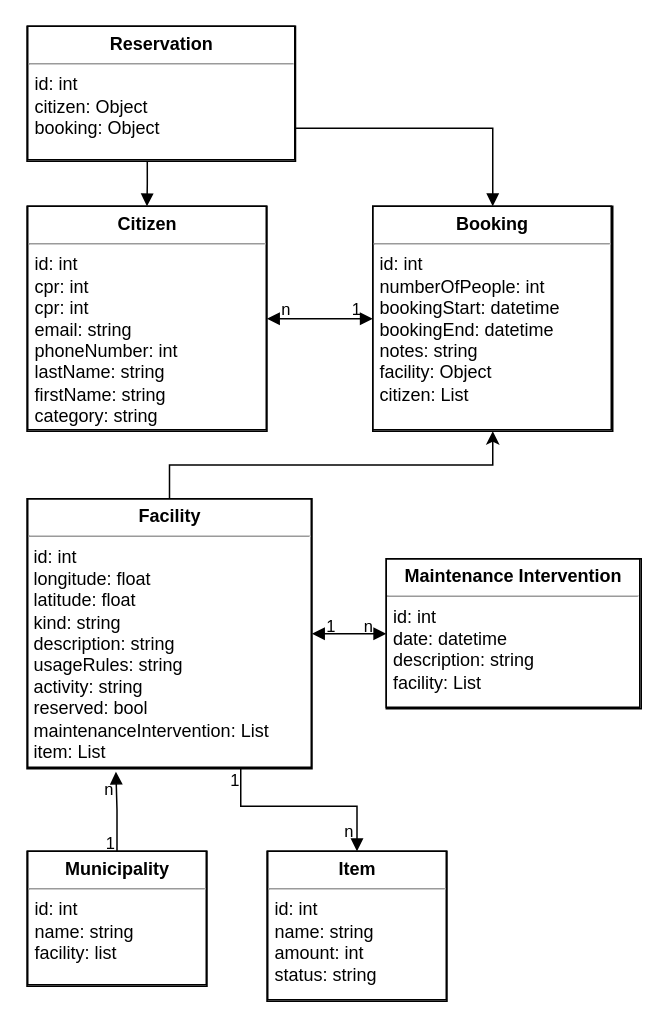
MartinStokholm/DABExercises keeps this draw.io diagram as Handin3/schema.drawio. Above is the earlier version. Source tidied: cells renumbered, new cells numbered last; positions are measured from the earlier drawing's top-left corner, leaving out a move shared by most shapes. Both pictures are drawn from the tidied source at 150%, with x=0, y=0 at pixel (27, 26).
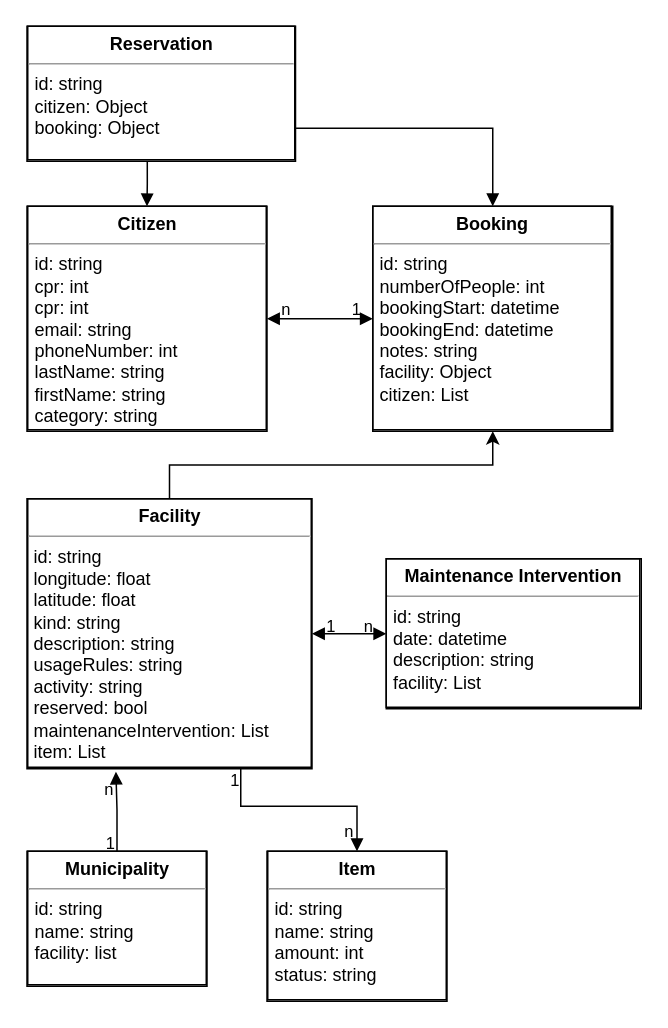
After the change.

Commit message:
Update from int to string for id

Change to the diagram source:
```diff
@@
-    <mxCell id="2" value="&lt;p style=&quot;margin: 0px ; margin-top: 4px ; text-align: center&quot;&gt;&lt;b&gt;Citizen&lt;/b&gt;&lt;/p&gt;&lt;hr size=&quot;1&quot;&gt;&lt;p style=&quot;margin: 0px ; margin-left: 4px&quot;&gt;id: int&lt;/p&gt;&lt;p style=&quot;margin: 0px ; margin-left: 4px&quot;&gt;cpr: int&lt;/p&gt;&lt;p style=&quot;margin: 0px ; margin-left: 4px&quot;&gt;cpr: int&lt;/p&gt;&lt;p style=&quot;margin: 0px ; margin-left: 4px&quot;&gt;email: string&lt;/p&gt;&lt;p style=&quot;margin: 0px ; margin-left: 4px&quot;&gt;phoneNumber: int&lt;/p&gt;&lt;p style=&quot;margin: 0px ; margin-left: 4px&quot;&gt;lastName: string&lt;/p&gt;&lt;p style=&quot;margin: 0px ; margin-left: 4px&quot;&gt;firstName: string&lt;/p&gt;&lt;p style=&quot;margin: 0px ; margin-left: 4px&quot;&gt;category: string&lt;/p&gt;&lt;p style=&quot;margin: 0px ; margin-left: 4px&quot;&gt;&lt;br&gt;&lt;/p&gt;" style="verticalAlign=top;align=left;overflow=fill;fontSize=12;fontFamily=Helvetica;html=1;labelBorderColor=#000000;" parent="1" vertex="1">
+    <mxCell id="2" value="&lt;p style=&quot;margin: 0px ; margin-top: 4px ; text-align: center&quot;&gt;&lt;b&gt;Citizen&lt;/b&gt;&lt;/p&gt;&lt;hr size=&quot;1&quot;&gt;&lt;p style=&quot;margin: 0px ; margin-left: 4px&quot;&gt;id: string&lt;/p&gt;&lt;p style=&quot;margin: 0px ; margin-left: 4px&quot;&gt;cpr: int&lt;/p&gt;&lt;p style=&quot;margin: 0px ; margin-left: 4px&quot;&gt;cpr: int&lt;/p&gt;&lt;p style=&quot;margin: 0px ; margin-left: 4px&quot;&gt;email: string&lt;/p&gt;&lt;p style=&quot;margin: 0px ; margin-left: 4px&quot;&gt;phoneNumber: int&lt;/p&gt;&lt;p style=&quot;margin: 0px ; margin-left: 4px&quot;&gt;lastName: string&lt;/p&gt;&lt;p style=&quot;margin: 0px ; margin-left: 4px&quot;&gt;firstName: string&lt;/p&gt;&lt;p style=&quot;margin: 0px ; margin-left: 4px&quot;&gt;category: string&lt;/p&gt;&lt;p style=&quot;margin: 0px ; margin-left: 4px&quot;&gt;&lt;br&gt;&lt;/p&gt;" style="verticalAlign=top;align=left;overflow=fill;fontSize=12;fontFamily=Helvetica;html=1;labelBorderColor=#000000;" parent="1" vertex="1">
       <mxGeometry x="-0.5" y="120" width="160" height="150" as="geometry" />
     </mxCell>
@@
-    <mxCell id="6" value="&lt;p style=&quot;margin: 0px ; margin-top: 4px ; text-align: center&quot;&gt;&lt;b&gt;Booking&lt;/b&gt;&lt;/p&gt;&lt;hr size=&quot;1&quot;&gt;&lt;p style=&quot;margin: 0px ; margin-left: 4px&quot;&gt;id: int&lt;/p&gt;&lt;p style=&quot;margin: 0px ; margin-left: 4px&quot;&gt;numberOfPeople: int&lt;/p&gt;&lt;p style=&quot;margin: 0px ; margin-left: 4px&quot;&gt;bookingStart: datetime&lt;/p&gt;&lt;p style=&quot;margin: 0px ; margin-left: 4px&quot;&gt;bookingEnd: datetime&lt;/p&gt;&lt;p style=&quot;margin: 0px ; margin-left: 4px&quot;&gt;notes: string&lt;/p&gt;&lt;p style=&quot;margin: 0px ; margin-left: 4px&quot;&gt;facility: Object&lt;/p&gt;&lt;p style=&quot;margin: 0px ; margin-left: 4px&quot;&gt;citizen: List&lt;/p&gt;&lt;p style=&quot;margin: 0px ; margin-left: 4px&quot;&gt;&lt;br&gt;&lt;/p&gt;&lt;p style=&quot;margin: 0px ; margin-left: 4px&quot;&gt;&lt;br&gt;&lt;/p&gt;" style="verticalAlign=top;align=left;overflow=fill;fontSize=12;fontFamily=Helvetica;html=1;labelBorderColor=#000000;" parent="1" vertex="1">
+    <mxCell id="6" value="&lt;p style=&quot;margin: 0px ; margin-top: 4px ; text-align: center&quot;&gt;&lt;b&gt;Booking&lt;/b&gt;&lt;/p&gt;&lt;hr size=&quot;1&quot;&gt;&lt;p style=&quot;margin: 0px ; margin-left: 4px&quot;&gt;id: string&lt;/p&gt;&lt;p style=&quot;margin: 0px ; margin-left: 4px&quot;&gt;numberOfPeople: int&lt;/p&gt;&lt;p style=&quot;margin: 0px ; margin-left: 4px&quot;&gt;bookingStart: datetime&lt;/p&gt;&lt;p style=&quot;margin: 0px ; margin-left: 4px&quot;&gt;bookingEnd: datetime&lt;/p&gt;&lt;p style=&quot;margin: 0px ; margin-left: 4px&quot;&gt;notes: string&lt;/p&gt;&lt;p style=&quot;margin: 0px ; margin-left: 4px&quot;&gt;facility: Object&lt;/p&gt;&lt;p style=&quot;margin: 0px ; margin-left: 4px&quot;&gt;citizen: List&lt;/p&gt;&lt;p style=&quot;margin: 0px ; margin-left: 4px&quot;&gt;&lt;br&gt;&lt;/p&gt;&lt;p style=&quot;margin: 0px ; margin-left: 4px&quot;&gt;&lt;br&gt;&lt;/p&gt;" style="verticalAlign=top;align=left;overflow=fill;fontSize=12;fontFamily=Helvetica;html=1;labelBorderColor=#000000;" parent="1" vertex="1">
       <mxGeometry x="230" y="120" width="160" height="150" as="geometry" />
     </mxCell>
@@
-    <mxCell id="11" value="&lt;p style=&quot;margin: 0px ; margin-top: 4px ; text-align: center&quot;&gt;&lt;b&gt;Facility&lt;/b&gt;&lt;/p&gt;&lt;hr size=&quot;1&quot;&gt;&lt;p style=&quot;margin: 0px ; margin-left: 4px&quot;&gt;&lt;/p&gt;&amp;nbsp;id: int&lt;br&gt;&amp;nbsp;longitude: float&lt;br&gt;&amp;nbsp;latitude: float&lt;br&gt;&amp;nbsp;kind: string&lt;br&gt;&amp;nbsp;description: string&lt;br&gt;&amp;nbsp;usageRules: string&lt;br&gt;&amp;nbsp;activity: string&lt;br&gt;&amp;nbsp;reserved: bool&lt;br&gt;&amp;nbsp;maintenanceIntervention: List&lt;br&gt;&amp;nbsp;item: List" style="verticalAlign=top;align=left;overflow=fill;fontSize=12;fontFamily=Helvetica;html=1;labelBorderColor=#000000;" parent="1" vertex="1">
+    <mxCell id="11" value="&lt;p style=&quot;margin: 0px ; margin-top: 4px ; text-align: center&quot;&gt;&lt;b&gt;Facility&lt;/b&gt;&lt;/p&gt;&lt;hr size=&quot;1&quot;&gt;&lt;p style=&quot;margin: 0px ; margin-left: 4px&quot;&gt;&lt;/p&gt;&amp;nbsp;id: string&lt;br&gt;&amp;nbsp;longitude: float&lt;br&gt;&amp;nbsp;latitude: float&lt;br&gt;&amp;nbsp;kind: string&lt;br&gt;&amp;nbsp;description: string&lt;br&gt;&amp;nbsp;usageRules: string&lt;br&gt;&amp;nbsp;activity: string&lt;br&gt;&amp;nbsp;reserved: bool&lt;br&gt;&amp;nbsp;maintenanceIntervention: List&lt;br&gt;&amp;nbsp;item: List" style="verticalAlign=top;align=left;overflow=fill;fontSize=12;fontFamily=Helvetica;html=1;labelBorderColor=#000000;" parent="1" vertex="1">
       <mxGeometry x="-0.5" y="315" width="190" height="180" as="geometry" />
     </mxCell>
@@
-    <mxCell id="15" value="&lt;p style=&quot;margin: 0px ; margin-top: 4px ; text-align: center&quot;&gt;&lt;b&gt;Municipality&lt;/b&gt;&lt;/p&gt;&lt;hr size=&quot;1&quot;&gt;&lt;p style=&quot;margin: 0px ; margin-left: 4px&quot;&gt;id: int&lt;/p&gt;&lt;p style=&quot;margin: 0px ; margin-left: 4px&quot;&gt;name: string&lt;/p&gt;&lt;p style=&quot;margin: 0px ; margin-left: 4px&quot;&gt;facility: list&lt;/p&gt;" style="verticalAlign=top;align=left;overflow=fill;fontSize=12;fontFamily=Helvetica;html=1;labelBorderColor=#000000;" parent="1" vertex="1">
+    <mxCell id="15" value="&lt;p style=&quot;margin: 0px ; margin-top: 4px ; text-align: center&quot;&gt;&lt;b&gt;Municipality&lt;/b&gt;&lt;/p&gt;&lt;hr size=&quot;1&quot;&gt;&lt;p style=&quot;margin: 0px ; margin-left: 4px&quot;&gt;id: string&lt;/p&gt;&lt;p style=&quot;margin: 0px ; margin-left: 4px&quot;&gt;name: string&lt;/p&gt;&lt;p style=&quot;margin: 0px ; margin-left: 4px&quot;&gt;facility: list&lt;/p&gt;" style="verticalAlign=top;align=left;overflow=fill;fontSize=12;fontFamily=Helvetica;html=1;labelBorderColor=#000000;" parent="1" vertex="1">
       <mxGeometry x="-0.5" y="550" width="120" height="90" as="geometry" />
     </mxCell>
@@
-    <mxCell id="18" value="&lt;p style=&quot;margin: 0px ; margin-top: 4px ; text-align: center&quot;&gt;&lt;b&gt;Reservation&lt;/b&gt;&lt;/p&gt;&lt;hr size=&quot;1&quot;&gt;&lt;p style=&quot;margin: 0px ; margin-left: 4px&quot;&gt;id: int&amp;nbsp;&lt;/p&gt;&lt;p style=&quot;margin: 0px ; margin-left: 4px&quot;&gt;citizen: Object&lt;/p&gt;&lt;p style=&quot;margin: 0px ; margin-left: 4px&quot;&gt;booking: Object&lt;/p&gt;" style="verticalAlign=top;align=left;overflow=fill;fontSize=12;fontFamily=Helvetica;html=1;labelBorderColor=#000000;" parent="1" vertex="1">
+    <mxCell id="18" value="&lt;p style=&quot;margin: 0px ; margin-top: 4px ; text-align: center&quot;&gt;&lt;b&gt;Reservation&lt;/b&gt;&lt;/p&gt;&lt;hr size=&quot;1&quot;&gt;&lt;p style=&quot;margin: 0px ; margin-left: 4px&quot;&gt;id: string&amp;nbsp;&lt;/p&gt;&lt;p style=&quot;margin: 0px ; margin-left: 4px&quot;&gt;citizen: Object&lt;/p&gt;&lt;p style=&quot;margin: 0px ; margin-left: 4px&quot;&gt;booking: Object&lt;/p&gt;" style="verticalAlign=top;align=left;overflow=fill;fontSize=12;fontFamily=Helvetica;html=1;labelBorderColor=#000000;" parent="1" vertex="1">
       <mxGeometry x="-0.5" width="179" height="90" as="geometry" />
     </mxCell>
@@
-    <mxCell id="22" value="&lt;p style=&quot;margin: 0px ; margin-top: 4px ; text-align: center&quot;&gt;&lt;b&gt;Maintenance Intervention&lt;/b&gt;&lt;/p&gt;&lt;hr size=&quot;1&quot;&gt;&lt;p style=&quot;margin: 0px ; margin-left: 4px&quot;&gt;id: int&lt;/p&gt;&lt;p style=&quot;margin: 0px ; margin-left: 4px&quot;&gt;date: datetime&lt;/p&gt;&lt;p style=&quot;margin: 0px ; margin-left: 4px&quot;&gt;description: string&lt;/p&gt;&lt;p style=&quot;margin: 0px ; margin-left: 4px&quot;&gt;facility: List&lt;/p&gt;&amp;nbsp;" style="verticalAlign=top;align=left;overflow=fill;fontSize=12;fontFamily=Helvetica;html=1;labelBorderColor=#000000;" parent="1" vertex="1">
+    <mxCell id="22" value="&lt;p style=&quot;margin: 0px ; margin-top: 4px ; text-align: center&quot;&gt;&lt;b&gt;Maintenance Intervention&lt;/b&gt;&lt;/p&gt;&lt;hr size=&quot;1&quot;&gt;&lt;p style=&quot;margin: 0px ; margin-left: 4px&quot;&gt;id: string&lt;/p&gt;&lt;p style=&quot;margin: 0px ; margin-left: 4px&quot;&gt;date: datetime&lt;/p&gt;&lt;p style=&quot;margin: 0px ; margin-left: 4px&quot;&gt;description: string&lt;/p&gt;&lt;p style=&quot;margin: 0px ; margin-left: 4px&quot;&gt;facility: List&lt;/p&gt;&amp;nbsp;" style="verticalAlign=top;align=left;overflow=fill;fontSize=12;fontFamily=Helvetica;html=1;labelBorderColor=#000000;" parent="1" vertex="1">
       <mxGeometry x="239" y="355" width="170" height="100" as="geometry" />
     </mxCell>
-    <mxCell id="23" value="&lt;p style=&quot;margin: 0px ; margin-top: 4px ; text-align: center&quot;&gt;&lt;b&gt;Item&lt;/b&gt;&lt;/p&gt;&lt;hr size=&quot;1&quot;&gt;&lt;p style=&quot;margin: 0px 0px 0px 4px&quot;&gt;id: int&lt;/p&gt;&lt;p style=&quot;margin: 0px 0px 0px 4px&quot;&gt;name: string&lt;/p&gt;&lt;p style=&quot;margin: 0px 0px 0px 4px&quot;&gt;amount: int&lt;/p&gt;&lt;p style=&quot;margin: 0px ; margin-left: 4px&quot;&gt;&lt;span&gt;status: string&lt;/span&gt;&lt;br&gt;&lt;/p&gt;" style="verticalAlign=top;align=left;overflow=fill;fontSize=12;fontFamily=Helvetica;html=1;labelBorderColor=#000000;" parent="1" vertex="1">
+    <mxCell id="23" value="&lt;p style=&quot;margin: 0px ; margin-top: 4px ; text-align: center&quot;&gt;&lt;b&gt;Item&lt;/b&gt;&lt;/p&gt;&lt;hr size=&quot;1&quot;&gt;&lt;p style=&quot;margin: 0px 0px 0px 4px&quot;&gt;id: string&lt;/p&gt;&lt;p style=&quot;margin: 0px 0px 0px 4px&quot;&gt;name: string&lt;/p&gt;&lt;p style=&quot;margin: 0px 0px 0px 4px&quot;&gt;amount: int&lt;/p&gt;&lt;p style=&quot;margin: 0px ; margin-left: 4px&quot;&gt;&lt;span&gt;status: string&lt;/span&gt;&lt;br&gt;&lt;/p&gt;" style="verticalAlign=top;align=left;overflow=fill;fontSize=12;fontFamily=Helvetica;html=1;labelBorderColor=#000000;" parent="1" vertex="1">
       <mxGeometry x="159.5" y="550" width="120" height="100" as="geometry" />
     </mxCell>
```
